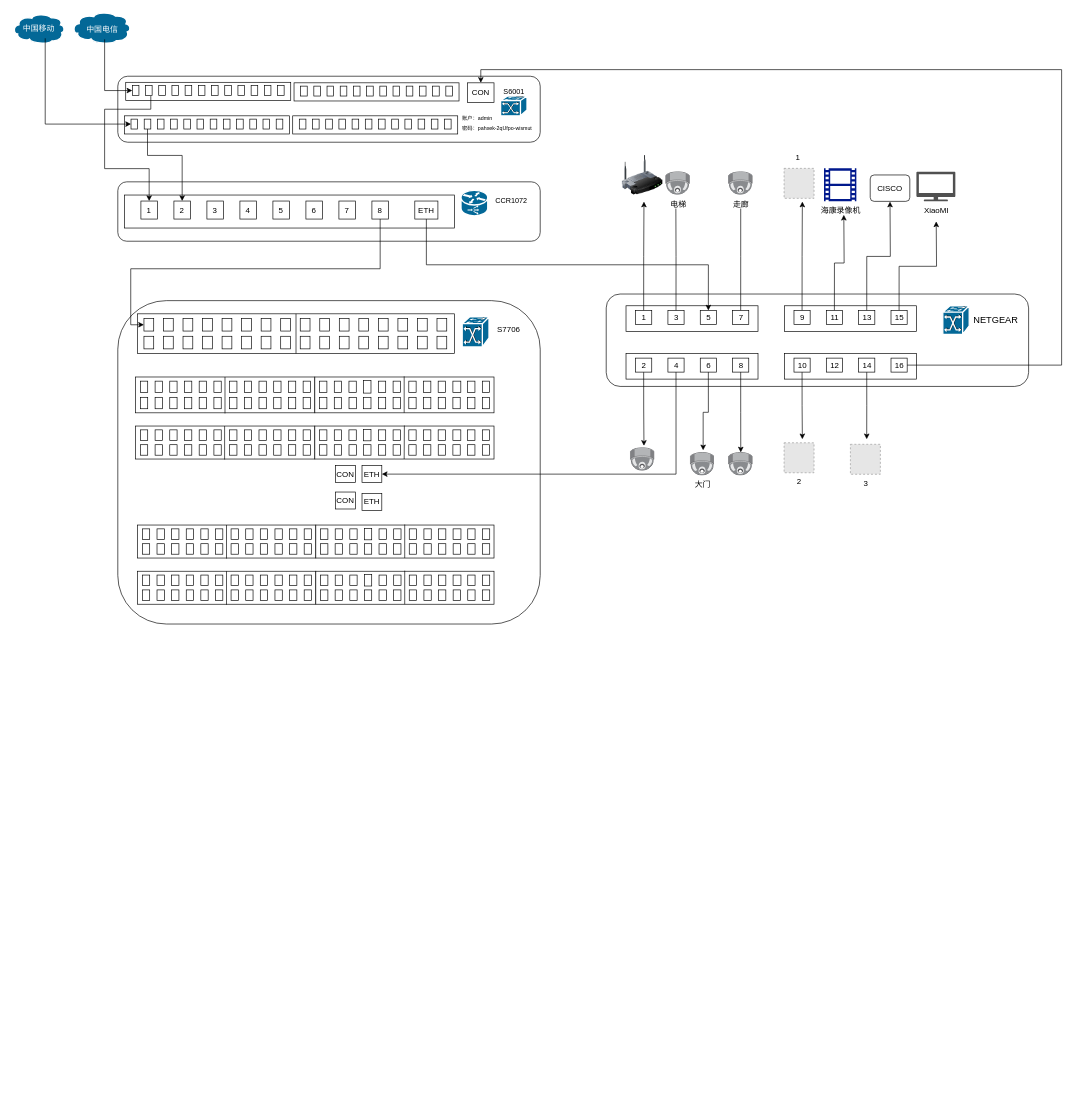
Above: rhzy-network.drawio in asharca/drawio (draw.io), before the change. Source tidied: cells renumbered, new cells numbered last; positions are measured from the earlier drawing's top-left corner, leaving out a move shared by most shapes. Both pictures are drawn from the tidied source at 66%, with x=0, y=0 at pixel (12, 11). Pictures stored in the file or linked from it are replaced by grey dashed boxes.
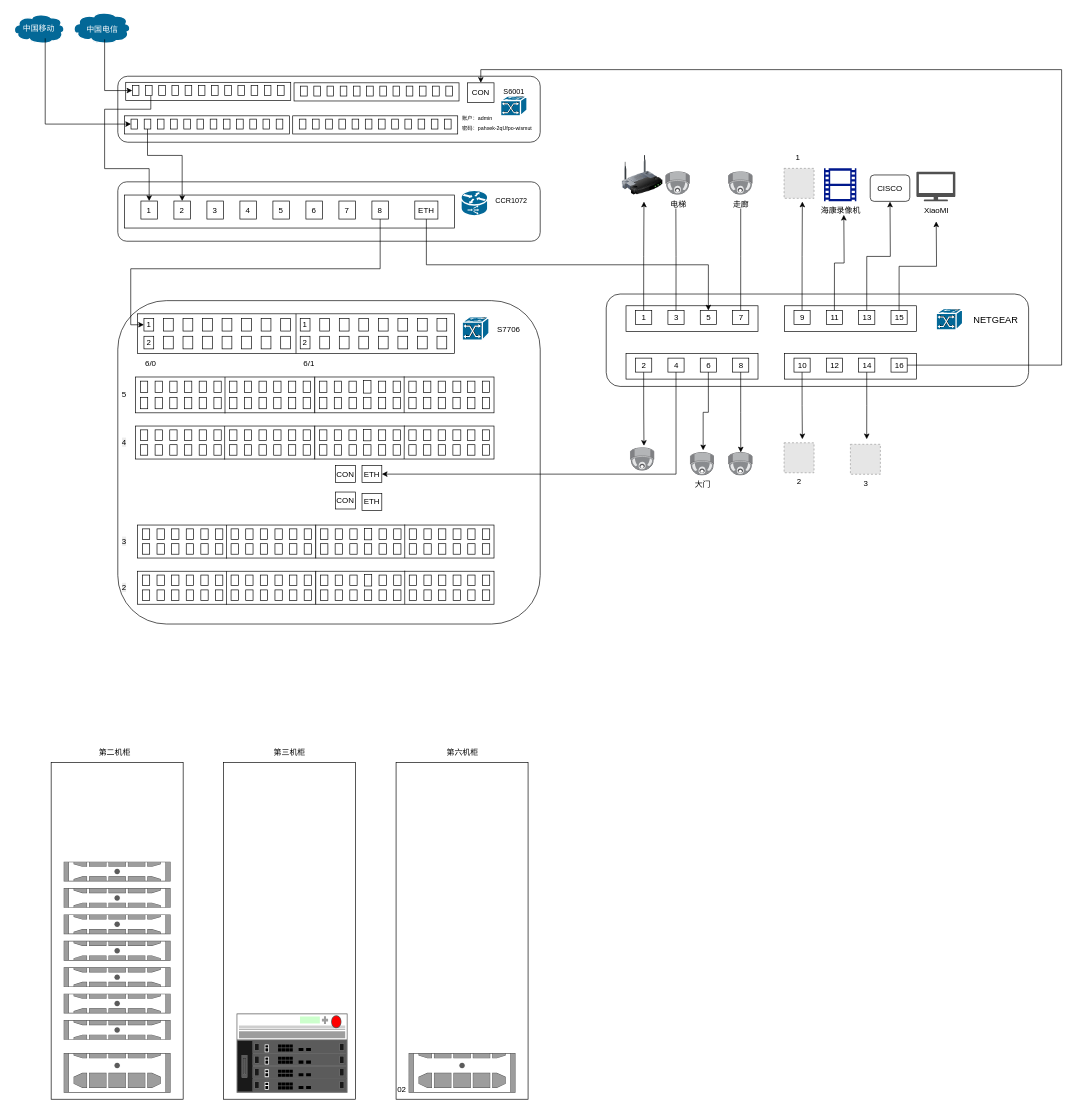
After the change.

Unchanged cells that the change refers to:
```xml
<mxCell id="347" style="group;" parent="344" vertex="1">
  <mxGeometry x="19.6" y="7" width="222" height="19.1" as="geometry" />
</mxCell>
<mxCell id="356" style="group;" parent="344" vertex="1">
  <mxGeometry x="19.6" y="34" width="222" height="19.1" as="geometry" />
</mxCell>
<mxCell id="365" style="group;" parent="344" vertex="1">
  <mxGeometry x="256.4" y="34" width="222" height="19.1" as="geometry" />
</mxCell>
<mxCell id="374" style="group;" parent="344" vertex="1">
  <mxGeometry x="256.4" y="7" width="222" height="19.1" as="geometry" />
</mxCell>
<mxCell id="384" style="group;" parent="1" vertex="1">
  <mxGeometry x="900" y="428" width="640" height="140" as="geometry" />
</mxCell>
```

What changed in the source:
```diff
@@
     <mxCell id="67" style="group;" parent="1" vertex="1">
-      <mxGeometry x="160" y="438" width="640" height="610" as="geometry" />
+      <mxGeometry x="160" y="438" width="640" height="1210" as="geometry" />
     </mxCell>
@@
     <mxCell id="69" style="shape=mxgraph.cisco.switches.atm_fast_gigabit_etherswitch;sketch=0;html=1;dashed=0;fillColor=#036897;strokeColor=#ffffff;strokeWidth=2;verticalLabelPosition=bottom;verticalAlign=top;align=center;" parent="67" vertex="1">
-      <mxGeometry x="521.8" y="24.7" width="40.6" height="45.5" as="geometry" />
+      <mxGeometry x="521.8" y="24.7" width="40.6" height="35.3" as="geometry" />
     </mxCell>
@@
+    <mxCell id="441" style="rounded=0;whiteSpace=wrap;html=1;" parent="67" vertex="1">
+      <mxGeometry x="-101" y="700" width="200" height="510" as="geometry" />
+    </mxCell>
+    <mxCell id="442" style="strokeColor=#666666;html=1;labelPosition=right;align=left;spacingLeft=15;shadow=0;dashed=0;shape=mxgraph.rack.dell.dell_poweredge_2u;" parent="67" vertex="1">
+      <mxGeometry x="-82" y="850" width="162" height="30" as="geometry" />
+    </mxCell>
+    <mxCell id="443" style="strokeColor=#666666;html=1;labelPosition=right;align=left;spacingLeft=15;shadow=0;dashed=0;shape=mxgraph.rack.dell.dell_poweredge_2u;" parent="67" vertex="1">
+      <mxGeometry x="-82" y="890" width="162" height="30" as="geometry" />
+    </mxCell>
+    <mxCell id="444" style="strokeColor=#666666;html=1;labelPosition=right;align=left;spacingLeft=15;shadow=0;dashed=0;shape=mxgraph.rack.dell.dell_poweredge_2u;" parent="67" vertex="1">
+      <mxGeometry x="-82" y="970" width="162" height="30" as="geometry" />
+    </mxCell>
+    <mxCell id="445" style="strokeColor=#666666;html=1;labelPosition=right;align=left;spacingLeft=15;shadow=0;dashed=0;shape=mxgraph.rack.dell.dell_poweredge_2u;" parent="67" vertex="1">
+      <mxGeometry x="-82" y="1010" width="162" height="30" as="geometry" />
+    </mxCell>
+    <mxCell id="446" style="strokeColor=#666666;html=1;labelPosition=right;align=left;spacingLeft=15;shadow=0;dashed=0;shape=mxgraph.rack.dell.dell_poweredge_2u;" parent="67" vertex="1">
+      <mxGeometry x="-82" y="1050" width="162" height="30" as="geometry" />
+    </mxCell>
+    <mxCell id="447" style="strokeColor=#666666;html=1;labelPosition=right;align=left;spacingLeft=15;shadow=0;dashed=0;shape=mxgraph.rack.dell.dell_poweredge_2u;" parent="67" vertex="1">
+      <mxGeometry x="-82" y="1090" width="162" height="30" as="geometry" />
+    </mxCell>
+    <mxCell id="448" style="rounded=0;whiteSpace=wrap;html=1;" parent="67" vertex="1">
+      <mxGeometry x="160" y="700" width="200" height="510" as="geometry" />
+    </mxCell>
+    <mxCell id="449" style="strokeColor=#666666;html=1;labelPosition=right;align=left;spacingLeft=15;shadow=0;dashed=0;shape=mxgraph.rack.f5.viprion_4400;" parent="67" vertex="1">
+      <mxGeometry x="180" y="1080" width="168" height="120" as="geometry" />
+    </mxCell>
+    <mxCell id="450" style="rounded=0;whiteSpace=wrap;html=1;" parent="67" vertex="1">
+      <mxGeometry x="421.6" y="700" width="200" height="510" as="geometry" />
+    </mxCell>
+    <mxCell id="451" style="strokeColor=#666666;html=1;labelPosition=right;align=left;spacingLeft=15;shadow=0;dashed=0;shape=mxgraph.rack.dell.dell_poweredge_4u;" parent="67" vertex="1">
+      <mxGeometry x="440.6" y="1140" width="162" height="60" as="geometry" />
+    </mxCell>
+    <mxCell id="452" value="6/0" style="text;html=1;align=center;verticalAlign=middle;whiteSpace=wrap;rounded=0;" parent="67" vertex="1">
+      <mxGeometry x="20" y="80" width="60" height="30" as="geometry" />
+    </mxCell>
+    <mxCell id="453" value="6/1" style="text;html=1;align=center;verticalAlign=middle;whiteSpace=wrap;rounded=0;" parent="67" vertex="1">
+      <mxGeometry x="260" y="80" width="60" height="30" as="geometry" />
+    </mxCell>
+    <mxCell id="454" value="5" style="text;html=1;align=center;verticalAlign=middle;whiteSpace=wrap;rounded=0;" parent="67" vertex="1">
+      <mxGeometry x="-20" y="127.9" width="60" height="30" as="geometry" />
+    </mxCell>
+    <mxCell id="455" value="&lt;span style=&quot;color: rgb(0, 0, 0); font-family: Helvetica; font-size: 12px; font-style: normal; font-variant-ligatures: normal; font-variant-caps: normal; font-weight: 400; letter-spacing: normal; orphans: 2; text-align: center; text-indent: 0px; text-transform: none; widows: 2; word-spacing: 0px; -webkit-text-stroke-width: 0px; white-space: normal; background-color: rgb(236, 236, 236); text-decoration-thickness: initial; text-decoration-style: initial; text-decoration-color: initial; display: inline !important; float: none;&quot;&gt;4&lt;/span&gt;" style="text;html=1;align=center;verticalAlign=middle;whiteSpace=wrap;rounded=0;" parent="67" vertex="1">
+      <mxGeometry x="-20" y="200" width="60" height="30" as="geometry" />
+    </mxCell>
+    <mxCell id="456" value="&lt;span style=&quot;color: rgb(0, 0, 0); font-family: Helvetica; font-size: 12px; font-style: normal; font-variant-ligatures: normal; font-variant-caps: normal; font-weight: 400; letter-spacing: normal; orphans: 2; text-align: center; text-indent: 0px; text-transform: none; widows: 2; word-spacing: 0px; -webkit-text-stroke-width: 0px; white-space: normal; background-color: rgb(236, 236, 236); text-decoration-thickness: initial; text-decoration-style: initial; text-decoration-color: initial; float: none; display: inline !important;&quot;&gt;3&lt;/span&gt;" style="text;html=1;align=center;verticalAlign=middle;whiteSpace=wrap;rounded=0;" parent="67" vertex="1">
+      <mxGeometry x="-20" y="350" width="60" height="30" as="geometry" />
+    </mxCell>
+    <mxCell id="457" value="&lt;span style=&quot;color: rgb(0, 0, 0); font-family: Helvetica; font-size: 12px; font-style: normal; font-variant-ligatures: normal; font-variant-caps: normal; font-weight: 400; letter-spacing: normal; orphans: 2; text-align: center; text-indent: 0px; text-transform: none; widows: 2; word-spacing: 0px; -webkit-text-stroke-width: 0px; white-space: normal; background-color: rgb(236, 236, 236); text-decoration-thickness: initial; text-decoration-style: initial; text-decoration-color: initial; float: none; display: inline !important;&quot;&gt;2&lt;/span&gt;" style="text;html=1;align=center;verticalAlign=middle;whiteSpace=wrap;rounded=0;" parent="67" vertex="1">
+      <mxGeometry x="-20" y="420" width="60" height="30" as="geometry" />
+    </mxCell>
+    <mxCell id="458" value="02" style="text;html=1;align=center;verticalAlign=middle;strokeColor=none;fillColor=none;" parent="67" vertex="1">
+      <mxGeometry x="410" y="1180" width="40" height="30" as="geometry" />
+    </mxCell>
+    <mxCell id="459" value="第三机柜" style="text;html=1;align=center;verticalAlign=middle;strokeColor=none;fillColor=none;" parent="67" vertex="1">
+      <mxGeometry x="225" y="670" width="70" height="30" as="geometry" />
+    </mxCell>
+    <mxCell id="460" value="第六机柜" style="text;html=1;align=center;verticalAlign=middle;strokeColor=none;fillColor=none;" parent="67" vertex="1">
+      <mxGeometry x="486.6" y="670" width="70" height="30" as="geometry" />
+    </mxCell>
@@
-    <mxCell id="348" style="rounded=0;whiteSpace=wrap;html=1;spacingTop=0;" parent="347" vertex="1">
+    <mxCell id="348" value="1" style="rounded=0;whiteSpace=wrap;html=1;spacingTop=0;" parent="347" vertex="1">
       <mxGeometry width="14.8" height="19.1" as="geometry" />
     </mxCell>
@@
-    <mxCell id="357" style="rounded=0;whiteSpace=wrap;html=1;spacingTop=0;" parent="356" vertex="1">
+    <mxCell id="357" value="2" style="rounded=0;whiteSpace=wrap;html=1;spacingTop=0;" parent="356" vertex="1">
       <mxGeometry width="14.8" height="19.1" as="geometry" />
     </mxCell>
@@
-    <mxCell id="366" style="rounded=0;whiteSpace=wrap;html=1;spacingTop=0;" parent="365" vertex="1">
+    <mxCell id="366" value="2" style="rounded=0;whiteSpace=wrap;html=1;spacingTop=0;" parent="365" vertex="1">
       <mxGeometry width="14.8" height="19.1" as="geometry" />
     </mxCell>
@@
-    <mxCell id="375" style="rounded=0;whiteSpace=wrap;html=1;spacingTop=0;" parent="374" vertex="1">
+    <mxCell id="375" value="1" style="rounded=0;whiteSpace=wrap;html=1;spacingTop=0;" parent="374" vertex="1">
       <mxGeometry width="14.8" height="19.1" as="geometry" />
     </mxCell>
@@
     <mxCell id="387" style="shape=mxgraph.cisco.switches.atm_fast_gigabit_etherswitch;sketch=0;html=1;dashed=0;fillColor=#036897;strokeColor=#ffffff;strokeWidth=2;verticalLabelPosition=bottom;verticalAlign=top;align=center;" parent="384" vertex="1">
-      <mxGeometry x="510" y="17.8" width="40" height="43.3" as="geometry" />
+      <mxGeometry x="500" y="22.2" width="40" height="32.2" as="geometry" />
     </mxCell>
@@
+    <mxCell id="461" style="strokeColor=#666666;html=1;labelPosition=right;align=left;spacingLeft=15;shadow=0;dashed=0;shape=mxgraph.rack.dell.dell_poweredge_2u;" parent="1" vertex="1">
+      <mxGeometry x="78" y="1368" width="162" height="30" as="geometry" />
+    </mxCell>
+    <mxCell id="462" style="strokeColor=#666666;html=1;labelPosition=right;align=left;spacingLeft=15;shadow=0;dashed=0;shape=mxgraph.rack.dell.dell_poweredge_4u;" parent="1" vertex="1">
+      <mxGeometry x="78" y="1578" width="162" height="60" as="geometry" />
+    </mxCell>
+    <mxCell id="463" value="第二机柜" style="text;html=1;align=center;verticalAlign=middle;strokeColor=none;fillColor=none;" parent="1" vertex="1">
+      <mxGeometry x="120" y="1108" width="70" height="30" as="geometry" />
+    </mxCell>
```
